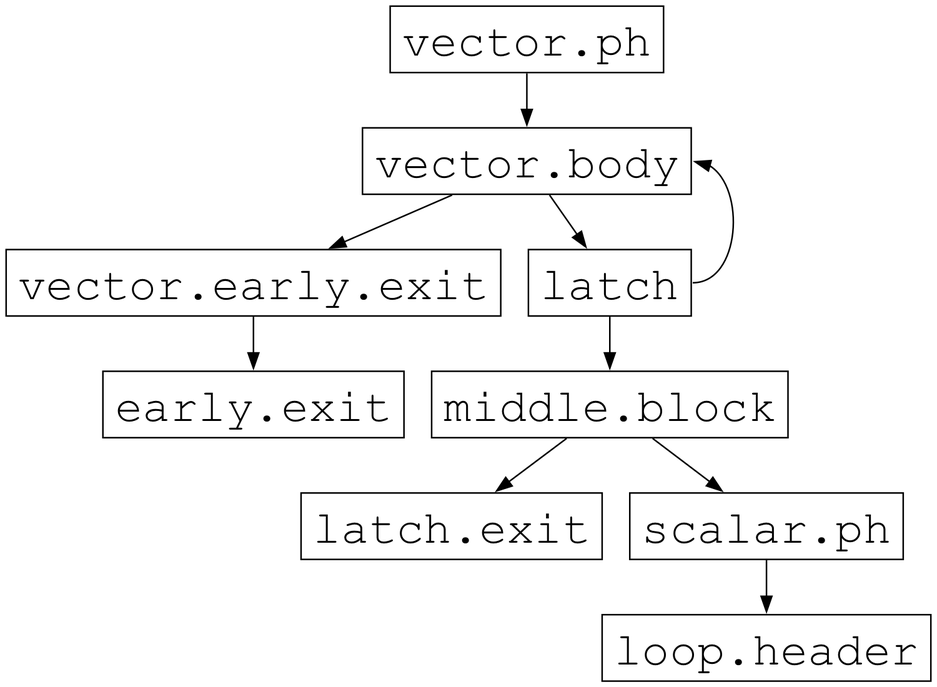
Before: llvm/docs/vplan-early-exit-lowered.png, a diagram exported from Graphviz (llvm/llvm-project). Its source is kept beside it as llvm/docs/vplan-early-exit-lowered.dot.
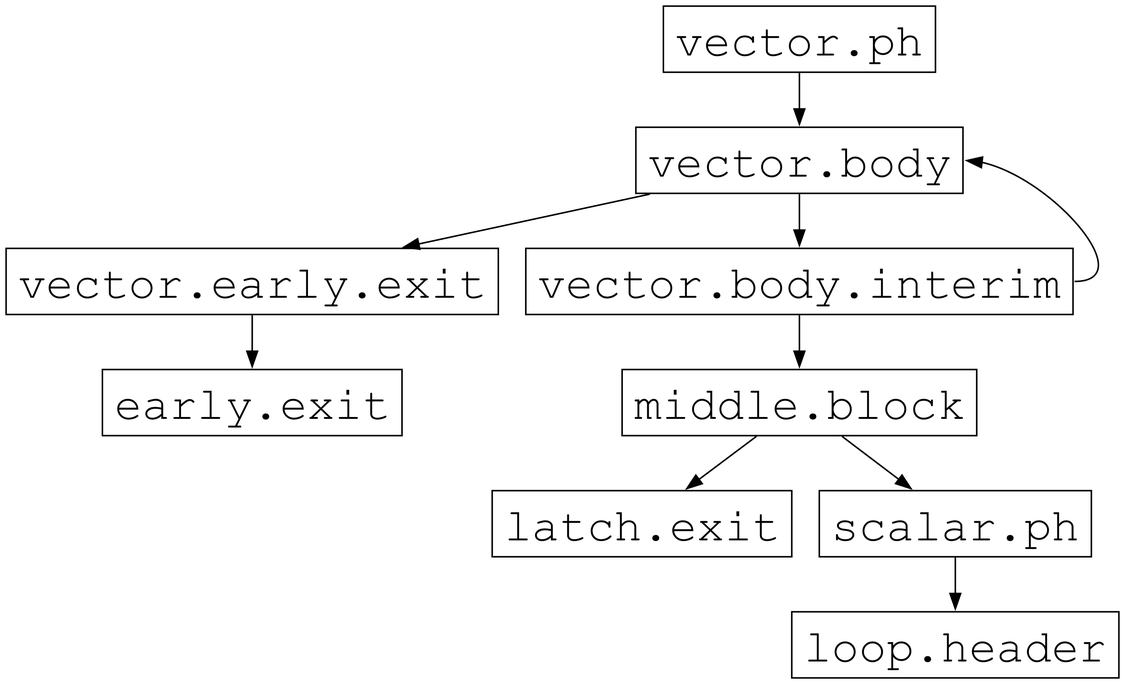
After the commit.

The edit, as a diff of the source:
```diff
@@ -11,7 +11,7 @@
   N2 -> N5 [ label=""]
   N2 -> N4 [ label=""]
   N4 [label =
-    "latch"
+    "vector.body.interim"
   ]
   N4 -> N7 [ label=""]
   N4:e -> N2:e [ label=""]
```
